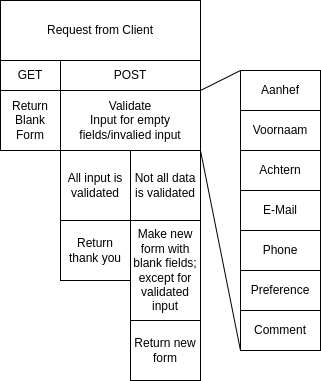
Before: Diagrams/eerste.png, a diagram exported from draw.io (userieur/educom-webshop-basis). Source tidied: cells renumbered, new cells last; positions are measured from the earlier drawing's top-left corner, leaving out a move shared by most shapes.
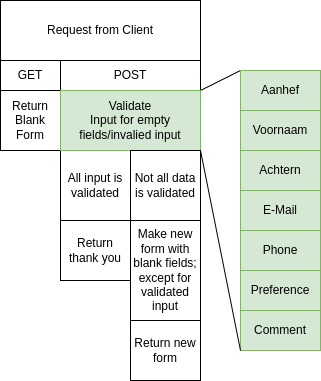
The same file after the commit.

Commit message:
#4 kleurtje gebruikt

Change to the diagram source:
```diff
@@ -26,7 +26,7 @@
     <mxCell id="9" value="Return thank you" style="whiteSpace=wrap;html=1;" parent="1" vertex="1">
       <mxGeometry x="60" y="220" width="70" height="60" as="geometry" />
     </mxCell>
-    <mxCell id="10" value="Aanhef" style="whiteSpace=wrap;html=1;" parent="1" vertex="1">
+    <mxCell id="10" value="Aanhef" style="whiteSpace=wrap;html=1;fillColor=#d5e8d4;strokeColor=#82b366;" parent="1" vertex="1">
       <mxGeometry x="240" y="70" width="80" height="40" as="geometry" />
     </mxCell>
     <mxCell id="11" value="Make new form with blank fields; except for validated input" style="whiteSpace=wrap;html=1;" parent="1" vertex="1">
@@ -35,25 +35,25 @@
     <mxCell id="12" value="Return new form" style="whiteSpace=wrap;html=1;" parent="1" vertex="1">
       <mxGeometry x="130" y="320" width="70" height="60" as="geometry" />
     </mxCell>
-    <mxCell id="13" value="Validate&lt;br&gt;Input for empty fields/invalied input" style="whiteSpace=wrap;html=1;" parent="1" vertex="1">
+    <mxCell id="13" value="Validate&lt;br&gt;Input for empty fields/invalied input" style="whiteSpace=wrap;html=1;fillColor=#d5e8d4;strokeColor=#82b366;" parent="1" vertex="1">
       <mxGeometry x="60" y="90" width="140" height="60" as="geometry" />
     </mxCell>
-    <mxCell id="14" value="Voornaam" style="whiteSpace=wrap;html=1;" parent="1" vertex="1">
+    <mxCell id="14" value="Voornaam" style="whiteSpace=wrap;html=1;fillColor=#d5e8d4;strokeColor=#82b366;" parent="1" vertex="1">
       <mxGeometry x="240" y="110" width="80" height="40" as="geometry" />
     </mxCell>
-    <mxCell id="15" value="Achtern" style="whiteSpace=wrap;html=1;" parent="1" vertex="1">
+    <mxCell id="15" value="Achtern" style="whiteSpace=wrap;html=1;fillColor=#d5e8d4;strokeColor=#82b366;" parent="1" vertex="1">
       <mxGeometry x="240" y="150" width="80" height="40" as="geometry" />
     </mxCell>
-    <mxCell id="16" value="E-Mail" style="whiteSpace=wrap;html=1;" parent="1" vertex="1">
+    <mxCell id="16" value="E-Mail" style="whiteSpace=wrap;html=1;fillColor=#d5e8d4;strokeColor=#82b366;" parent="1" vertex="1">
       <mxGeometry x="240" y="190" width="80" height="40" as="geometry" />
     </mxCell>
-    <mxCell id="17" value="Phone" style="whiteSpace=wrap;html=1;" parent="1" vertex="1">
+    <mxCell id="17" value="Phone" style="whiteSpace=wrap;html=1;fillColor=#d5e8d4;strokeColor=#82b366;" parent="1" vertex="1">
       <mxGeometry x="240" y="230" width="80" height="40" as="geometry" />
     </mxCell>
-    <mxCell id="18" value="Preference" style="whiteSpace=wrap;html=1;" parent="1" vertex="1">
+    <mxCell id="18" value="Preference" style="whiteSpace=wrap;html=1;fillColor=#d5e8d4;strokeColor=#82b366;" parent="1" vertex="1">
       <mxGeometry x="240" y="270" width="80" height="40" as="geometry" />
     </mxCell>
-    <mxCell id="19" value="Comment" style="whiteSpace=wrap;html=1;" parent="1" vertex="1">
+    <mxCell id="19" value="Comment" style="whiteSpace=wrap;html=1;fillColor=#d5e8d4;strokeColor=#82b366;" parent="1" vertex="1">
       <mxGeometry x="240" y="310" width="80" height="40" as="geometry" />
     </mxCell>
     <mxCell id="20" value="Not all data is validated" style="whiteSpace=wrap;html=1;" parent="1" vertex="1">
```
